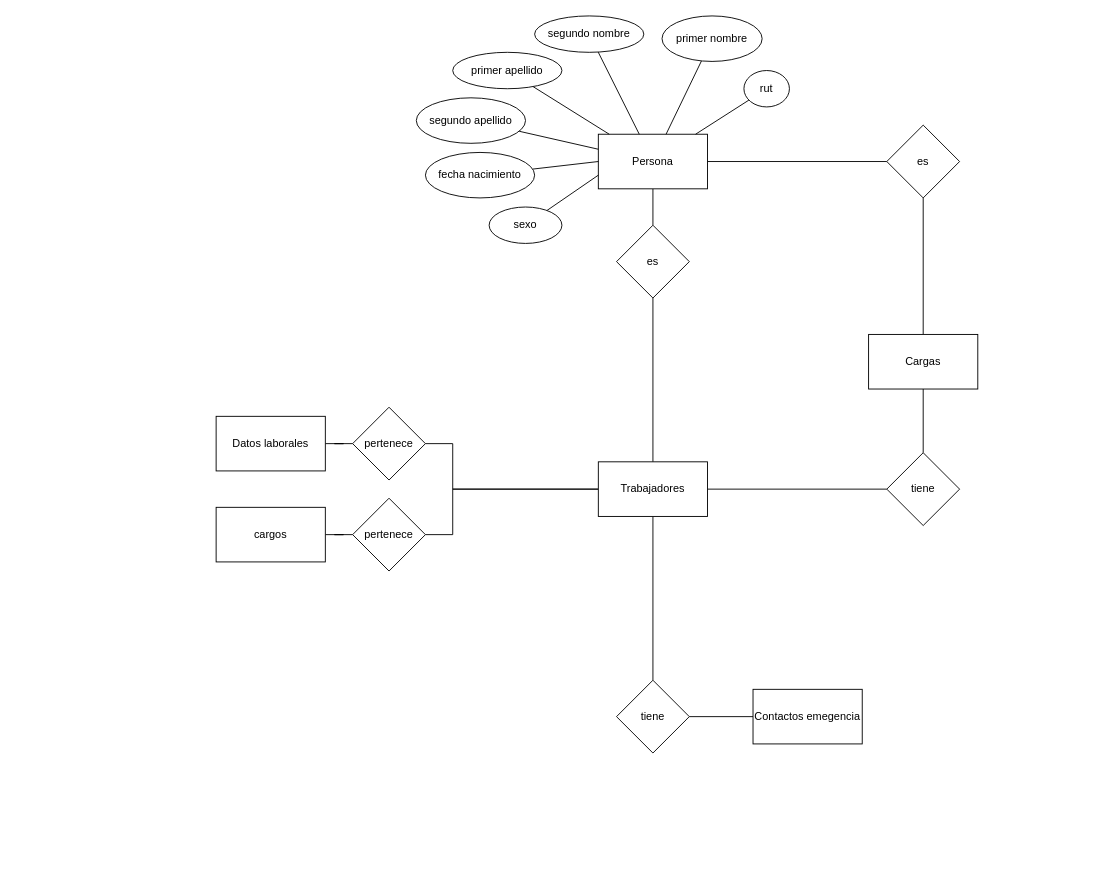
Before: ModeloBdTallerDeAplicaciones/Untitled Diagram.drawio in Bixo612/Carpeta1, a draw.io diagram. Source tidied: cells renumbered, new cells numbered last; positions are measured from the earlier drawing's top-left corner, leaving out a move shared by most shapes. Both pictures are drawn from the tidied source at 91%, with x=0, y=0 at pixel (216, 15).
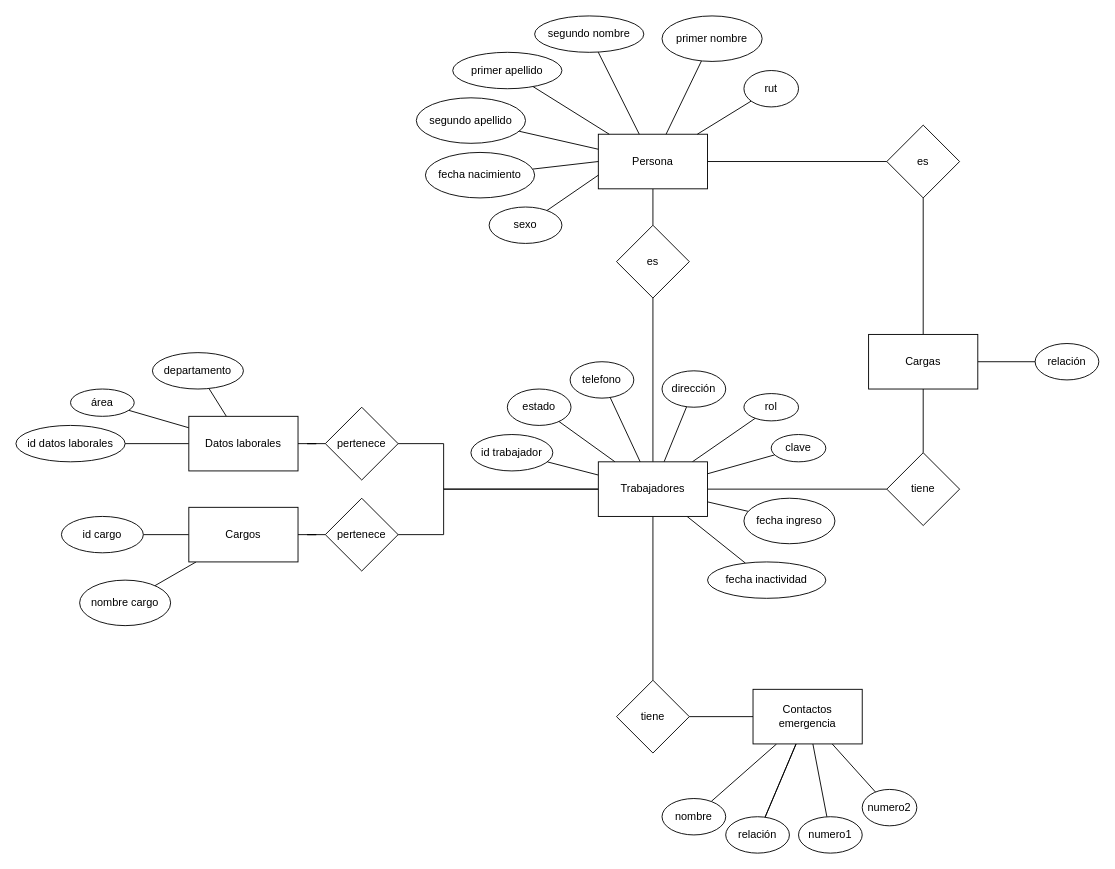
Above is the later version.

Unchanged cells that the change refers to:
```xml
<mxCell id="11" value="Trabajadores" style="whiteSpace=wrap;html=1;" parent="1" vertex="1">
  <mxGeometry x="420" y="490" width="120" height="60" as="geometry" />
</mxCell>
<mxCell id="14" value="Cargas" style="whiteSpace=wrap;html=1;rounded=0;" parent="1" vertex="1">
  <mxGeometry x="717" y="350" width="120" height="60" as="geometry" />
</mxCell>
```

Change to the diagram source:
```diff
@@
     <mxCell id="9" style="edgeStyle=orthogonalEdgeStyle;rounded=0;jettySize=auto;html=1;endArrow=none;endFill=0;" parent="1" edge="1" source="11" target="21">
       <mxGeometry relative="1" as="geometry">
         <Array as="points">
-          <mxPoint x="260" y="520" />
-          <mxPoint x="260" y="470" />
+          <mxPoint x="250" y="520" />
+          <mxPoint x="250" y="470" />
         </Array>
       </mxGeometry>
     </mxCell>
     <mxCell id="10" style="edgeStyle=orthogonalEdgeStyle;rounded=0;jettySize=auto;html=1;endArrow=none;endFill=0;" parent="1" edge="1" source="11" target="23">
       <mxGeometry relative="1" as="geometry">
         <Array as="points">
-          <mxPoint x="260" y="520" />
-          <mxPoint x="260" y="570" />
+          <mxPoint x="250" y="520" />
+          <mxPoint x="250" y="570" />
         </Array>
       </mxGeometry>
     </mxCell>
+    <mxCell id="41" style="edgeStyle=none;rounded=0;jettySize=auto;html=1;endArrow=none;endFill=0;" parent="1" edge="1" source="11" target="65">
+      <mxGeometry relative="1" as="geometry" />
+    </mxCell>
+    <mxCell id="42" style="edgeStyle=none;rounded=0;jettySize=auto;html=1;endArrow=none;endFill=0;" parent="1" edge="1" source="11" target="66">
+      <mxGeometry relative="1" as="geometry" />
+    </mxCell>
+    <mxCell id="43" style="edgeStyle=none;rounded=0;jettySize=auto;html=1;endArrow=none;endFill=0;" parent="1" edge="1" source="11" target="67">
+      <mxGeometry relative="1" as="geometry" />
+    </mxCell>
+    <mxCell id="44" style="edgeStyle=none;rounded=0;jettySize=auto;html=1;endArrow=none;endFill=0;" parent="1" edge="1" source="11" target="68">
+      <mxGeometry relative="1" as="geometry" />
+    </mxCell>
+    <mxCell id="45" style="edgeStyle=none;rounded=0;jettySize=auto;html=1;endArrow=none;endFill=0;" parent="1" edge="1" source="11" target="69">
+      <mxGeometry relative="1" as="geometry" />
+    </mxCell>
+    <mxCell id="46" style="edgeStyle=none;rounded=0;jettySize=auto;html=1;endArrow=none;endFill=0;" parent="1" edge="1" source="11" target="70">
+      <mxGeometry relative="1" as="geometry" />
+    </mxCell>
+    <mxCell id="47" style="edgeStyle=none;rounded=0;jettySize=auto;html=1;endArrow=none;endFill=0;" parent="1" edge="1" source="11" target="71">
+      <mxGeometry relative="1" as="geometry" />
+    </mxCell>
+    <mxCell id="48" style="edgeStyle=none;rounded=0;jettySize=auto;html=1;endArrow=none;endFill=0;" parent="1" edge="1" source="11" target="72">
+      <mxGeometry relative="1" as="geometry" />
+    </mxCell>
@@
+    <mxCell id="49" style="rounded=0;jettySize=auto;html=1;endArrow=none;endFill=0;" parent="1" edge="1" source="14" target="60">
+      <mxGeometry relative="1" as="geometry" />
+    </mxCell>
@@
+    <mxCell id="50" style="edgeStyle=none;rounded=0;jettySize=auto;html=1;endArrow=none;endFill=0;" parent="1" edge="1" source="19" target="61">
+      <mxGeometry relative="1" as="geometry" />
+    </mxCell>
+    <mxCell id="51" style="edgeStyle=none;rounded=0;jettySize=auto;html=1;endArrow=none;endFill=0;" parent="1" edge="1" source="19" target="62">
+      <mxGeometry relative="1" as="geometry" />
+    </mxCell>
+    <mxCell id="52" style="edgeStyle=none;rounded=0;jettySize=auto;html=1;endArrow=none;endFill=0;" parent="1" edge="1" source="19" target="62">
+      <mxGeometry relative="1" as="geometry" />
+    </mxCell>
+    <mxCell id="53" style="edgeStyle=none;rounded=0;jettySize=auto;html=1;endArrow=none;endFill=0;" parent="1" edge="1" source="19" target="63">
+      <mxGeometry relative="1" as="geometry" />
+    </mxCell>
+    <mxCell id="54" style="edgeStyle=none;rounded=0;jettySize=auto;html=1;endArrow=none;endFill=0;" parent="1" edge="1" source="19" target="64">
+      <mxGeometry relative="1" as="geometry" />
+    </mxCell>
-    <mxCell id="19" value="Contactos emegencia" style="whiteSpace=wrap;html=1;" parent="1" vertex="1">
+    <mxCell id="19" value="Contactos emergencia" style="whiteSpace=wrap;html=1;" parent="1" vertex="1">
       <mxGeometry x="590" y="740" width="120" height="60" as="geometry" />
     </mxCell>
@@
     <mxCell id="21" value="pertenece" style="rhombus;whiteSpace=wrap;html=1;" parent="1" vertex="1">
-      <mxGeometry x="150" y="430" width="80" height="80" as="geometry" />
+      <mxGeometry x="120" y="430" width="80" height="80" as="geometry" />
     </mxCell>
@@
     <mxCell id="23" value="pertenece" style="rhombus;whiteSpace=wrap;html=1;" parent="1" vertex="1">
-      <mxGeometry x="150" y="530" width="80" height="80" as="geometry" />
+      <mxGeometry x="120" y="530" width="80" height="80" as="geometry" />
     </mxCell>
+    <mxCell id="55" style="edgeStyle=none;rounded=0;jettySize=auto;html=1;endArrow=none;endFill=0;" parent="1" edge="1" source="24" target="73">
+      <mxGeometry relative="1" as="geometry" />
+    </mxCell>
+    <mxCell id="56" style="edgeStyle=none;rounded=0;jettySize=auto;html=1;endArrow=none;endFill=0;" parent="1" edge="1" source="24" target="74">
+      <mxGeometry relative="1" as="geometry" />
+    </mxCell>
-    <mxCell id="24" value="cargos" style="whiteSpace=wrap;html=1;" parent="1" vertex="1">
-      <mxGeometry y="540" width="120" height="60" as="geometry" />
+    <mxCell id="24" value="Cargos" style="whiteSpace=wrap;html=1;" parent="1" vertex="1">
+      <mxGeometry x="-30" y="540" width="120" height="60" as="geometry" />
     </mxCell>
+    <mxCell id="57" style="edgeStyle=none;rounded=0;jettySize=auto;html=1;endArrow=none;endFill=0;" parent="1" edge="1" source="25" target="75">
+      <mxGeometry relative="1" as="geometry" />
+    </mxCell>
+    <mxCell id="58" style="edgeStyle=none;rounded=0;jettySize=auto;html=1;endArrow=none;endFill=0;" parent="1" edge="1" source="25" target="76">
+      <mxGeometry relative="1" as="geometry" />
+    </mxCell>
+    <mxCell id="59" style="edgeStyle=none;rounded=0;jettySize=auto;html=1;endArrow=none;endFill=0;" parent="1" edge="1" source="25" target="77">
+      <mxGeometry relative="1" as="geometry" />
+    </mxCell>
     <mxCell id="25" value="Datos laborales" style="whiteSpace=wrap;html=1;" parent="1" vertex="1">
-      <mxGeometry y="440" width="120" height="60" as="geometry" />
+      <mxGeometry x="-30" y="440" width="120" height="60" as="geometry" />
     </mxCell>
@@
     <mxCell id="27" value="rut" style="ellipse;whiteSpace=wrap;html=1;" parent="1" vertex="1">
-      <mxGeometry x="580" y="60" width="50" height="40" as="geometry" />
+      <mxGeometry x="580" y="60" width="60" height="40" as="geometry" />
     </mxCell>
@@
+    <mxCell id="60" value="relación" style="ellipse;whiteSpace=wrap;html=1;rounded=0;" parent="1" vertex="1">
+      <mxGeometry x="900" y="360" width="70" height="40" as="geometry" />
+    </mxCell>
+    <mxCell id="61" value="nombre" style="ellipse;whiteSpace=wrap;html=1;" parent="1" vertex="1">
+      <mxGeometry x="490" y="860" width="70" height="40" as="geometry" />
+    </mxCell>
+    <mxCell id="62" value="relación" style="ellipse;whiteSpace=wrap;html=1;" parent="1" vertex="1">
+      <mxGeometry x="560" y="880" width="70" height="40" as="geometry" />
+    </mxCell>
+    <mxCell id="63" value="numero1" style="ellipse;whiteSpace=wrap;html=1;" parent="1" vertex="1">
+      <mxGeometry x="640" y="880" width="70" height="40" as="geometry" />
+    </mxCell>
+    <mxCell id="64" value="numero2" style="ellipse;whiteSpace=wrap;html=1;" parent="1" vertex="1">
+      <mxGeometry x="710" y="850" width="60" height="40" as="geometry" />
+    </mxCell>
+    <mxCell id="65" value="id trabajador" style="ellipse;whiteSpace=wrap;html=1;" parent="1" vertex="1">
+      <mxGeometry x="280" y="460" width="90" height="40" as="geometry" />
+    </mxCell>
+    <mxCell id="66" value="estado" style="ellipse;whiteSpace=wrap;html=1;" parent="1" vertex="1">
+      <mxGeometry x="320" y="410" width="70" height="40" as="geometry" />
+    </mxCell>
+    <mxCell id="67" value="telefono" style="ellipse;whiteSpace=wrap;html=1;" parent="1" vertex="1">
+      <mxGeometry x="389" y="380" width="70" height="40" as="geometry" />
+    </mxCell>
+    <mxCell id="68" value="dirección" style="ellipse;whiteSpace=wrap;html=1;" parent="1" vertex="1">
+      <mxGeometry x="490" y="390" width="70" height="40" as="geometry" />
+    </mxCell>
+    <mxCell id="69" value="rol" style="ellipse;whiteSpace=wrap;html=1;" parent="1" vertex="1">
+      <mxGeometry x="580" y="415" width="60" height="30" as="geometry" />
+    </mxCell>
+    <mxCell id="70" value="clave" style="ellipse;whiteSpace=wrap;html=1;" parent="1" vertex="1">
+      <mxGeometry x="610" y="460" width="60" height="30" as="geometry" />
+    </mxCell>
+    <mxCell id="71" value="fecha ingreso" style="ellipse;whiteSpace=wrap;html=1;" parent="1" vertex="1">
+      <mxGeometry x="580" y="530" width="100" height="50" as="geometry" />
+    </mxCell>
+    <mxCell id="72" value="fecha inactividad" style="ellipse;whiteSpace=wrap;html=1;" parent="1" vertex="1">
+      <mxGeometry x="540" y="600" width="130" height="40" as="geometry" />
+    </mxCell>
+    <mxCell id="73" value="id cargo" style="ellipse;whiteSpace=wrap;html=1;" parent="1" vertex="1">
+      <mxGeometry x="-170" y="550" width="90" height="40" as="geometry" />
+    </mxCell>
+    <mxCell id="74" value="nombre cargo" style="ellipse;whiteSpace=wrap;html=1;" parent="1" vertex="1">
+      <mxGeometry x="-150" y="620" width="100" height="50" as="geometry" />
+    </mxCell>
+    <mxCell id="75" value="id datos laborales" style="ellipse;whiteSpace=wrap;html=1;" parent="1" vertex="1">
+      <mxGeometry x="-220" y="450" width="120" height="40" as="geometry" />
+    </mxCell>
+    <mxCell id="76" value="área" style="ellipse;whiteSpace=wrap;html=1;" parent="1" vertex="1">
+      <mxGeometry x="-160" y="410" width="70" height="30" as="geometry" />
+    </mxCell>
+    <mxCell id="77" value="departamento" style="ellipse;whiteSpace=wrap;html=1;" parent="1" vertex="1">
+      <mxGeometry x="-70" y="370" width="100" height="40" as="geometry" />
+    </mxCell>
```
